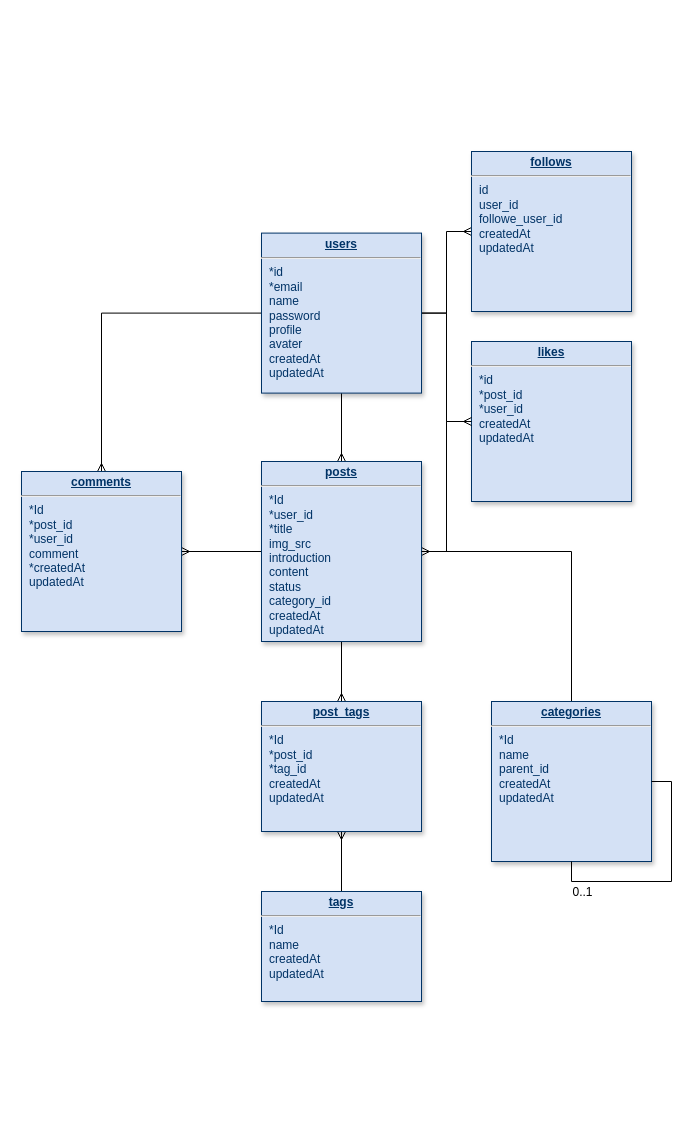
Before: UML/ER図.drawio in huuto/schizoid-note, a draw.io diagram. Source tidied: cells renumbered, new cells numbered last; positions are measured from the earlier drawing's top-left corner, leaving out a move shared by most shapes. Both pictures are drawn from the tidied source at 100%, with x=0, y=0 at pixel (21, 151).
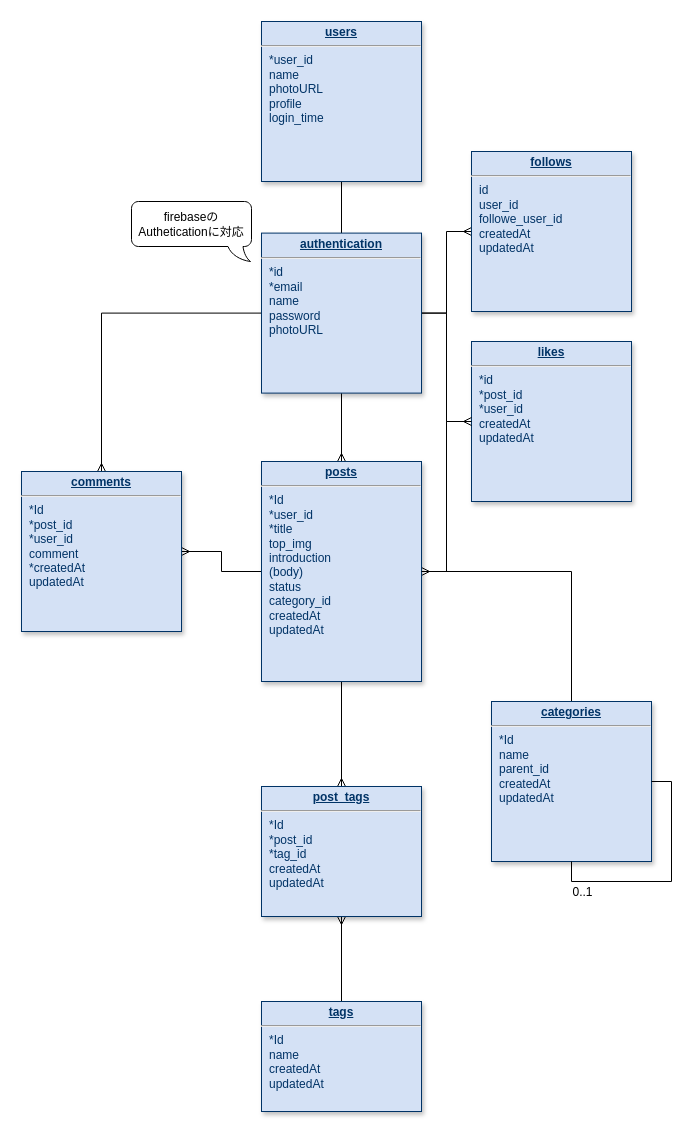
The same page after the edit.

Diff of the diagram source:
```diff
@@
+    <mxCell id="21" style="edgeStyle=orthogonalEdgeStyle;rounded=0;jettySize=auto;html=1;entryX=0.5;entryY=1;entryDx=0;entryDy=0;endArrow=none;endFill=0;" parent="1" edge="1" source="6" target="22">
+      <mxGeometry relative="1" as="geometry" />
+    </mxCell>
-    <mxCell id="6" value="&lt;p style=&quot;margin: 0px ; margin-top: 4px ; text-align: center ; text-decoration: underline&quot;&gt;&lt;strong&gt;users&lt;br&gt;&lt;/strong&gt;&lt;/p&gt;&lt;hr&gt;&lt;p style=&quot;margin: 0px ; margin-left: 8px&quot;&gt;*id&lt;br&gt;&lt;/p&gt;&lt;p style=&quot;margin: 0px ; margin-left: 8px&quot;&gt;*email&lt;br&gt;&lt;/p&gt;&lt;p style=&quot;margin: 0px ; margin-left: 8px&quot;&gt;name&lt;br&gt;&lt;/p&gt;&lt;p style=&quot;margin: 0px ; margin-left: 8px&quot;&gt;password&lt;/p&gt;&lt;p style=&quot;margin: 0px ; margin-left: 8px&quot;&gt;profile&lt;br&gt;&lt;/p&gt;&lt;p style=&quot;margin: 0px ; margin-left: 8px&quot;&gt;avater&lt;/p&gt;&lt;p style=&quot;margin: 0px ; margin-left: 8px&quot;&gt;createdAt&lt;/p&gt;&lt;p style=&quot;margin: 0px ; margin-left: 8px&quot;&gt;updatedAt&lt;/p&gt;" style="verticalAlign=top;align=left;overflow=fill;fontSize=12;fontFamily=Helvetica;html=1;strokeColor=#003366;shadow=1;fillColor=#D4E1F5;fontColor=#003366;" parent="1" vertex="1">
+    <mxCell id="6" value="&lt;p style=&quot;margin: 0px ; margin-top: 4px ; text-align: center ; text-decoration: underline&quot;&gt;&lt;strong&gt;authentication&lt;/strong&gt;&lt;/p&gt;&lt;hr&gt;&lt;p style=&quot;margin: 0px ; margin-left: 8px&quot;&gt;*id&lt;br&gt;&lt;/p&gt;&lt;p style=&quot;margin: 0px ; margin-left: 8px&quot;&gt;*email&lt;br&gt;&lt;/p&gt;&lt;p style=&quot;margin: 0px ; margin-left: 8px&quot;&gt;name&lt;br&gt;&lt;/p&gt;&lt;p style=&quot;margin: 0px ; margin-left: 8px&quot;&gt;password&lt;/p&gt;&lt;p style=&quot;margin: 0px ; margin-left: 8px&quot;&gt;photoURL&lt;/p&gt;" style="verticalAlign=top;align=left;overflow=fill;fontSize=12;fontFamily=Helvetica;html=1;strokeColor=#003366;shadow=1;fillColor=#D4E1F5;fontColor=#003366;" parent="1" vertex="1">
       <mxGeometry x="240" y="81.6" width="160" height="160" as="geometry" />
     </mxCell>
@@
-    <mxCell id="10" value="&lt;p style=&quot;margin: 0px ; margin-top: 4px ; text-align: center ; text-decoration: underline&quot;&gt;&lt;strong&gt;posts&lt;br&gt;&lt;/strong&gt;&lt;/p&gt;&lt;hr&gt;&lt;p style=&quot;margin: 0px ; margin-left: 8px&quot;&gt;*Id&lt;br&gt;&lt;/p&gt;&lt;p style=&quot;margin: 0px ; margin-left: 8px&quot;&gt;*user_id&lt;br&gt;&lt;/p&gt;&lt;p style=&quot;margin: 0px ; margin-left: 8px&quot;&gt;*title&lt;br&gt;&lt;/p&gt;&lt;p style=&quot;margin: 0px ; margin-left: 8px&quot;&gt;img_src&lt;/p&gt;&lt;p style=&quot;margin: 0px ; margin-left: 8px&quot;&gt;introduction&lt;/p&gt;&lt;p style=&quot;margin: 0px ; margin-left: 8px&quot;&gt;content&lt;br&gt;&lt;/p&gt;&lt;p style=&quot;margin: 0px ; margin-left: 8px&quot;&gt;status&lt;/p&gt;&lt;p style=&quot;margin: 0px ; margin-left: 8px&quot;&gt;category_id&lt;/p&gt;&lt;p style=&quot;margin: 0px ; margin-left: 8px&quot;&gt;createdAt&lt;/p&gt;&lt;p style=&quot;margin: 0px ; margin-left: 8px&quot;&gt;updatedAt&lt;/p&gt;" style="verticalAlign=top;align=left;overflow=fill;fontSize=12;fontFamily=Helvetica;html=1;strokeColor=#003366;shadow=1;fillColor=#D4E1F5;fontColor=#003366;" parent="1" vertex="1">
-      <mxGeometry x="240" y="310" width="160" height="180" as="geometry" />
+    <mxCell id="10" value="&lt;p style=&quot;margin: 0px ; margin-top: 4px ; text-align: center ; text-decoration: underline&quot;&gt;&lt;strong&gt;posts&lt;br&gt;&lt;/strong&gt;&lt;/p&gt;&lt;hr&gt;&lt;p style=&quot;margin: 0px ; margin-left: 8px&quot;&gt;*Id&lt;br&gt;&lt;/p&gt;&lt;p style=&quot;margin: 0px ; margin-left: 8px&quot;&gt;*user_id&lt;/p&gt;&lt;p style=&quot;margin: 0px ; margin-left: 8px&quot;&gt;*title&lt;br&gt;&lt;/p&gt;&lt;p style=&quot;margin: 0px ; margin-left: 8px&quot;&gt;top_img&lt;/p&gt;&lt;p style=&quot;margin: 0px ; margin-left: 8px&quot;&gt;introduction&lt;/p&gt;&lt;p style=&quot;margin: 0px ; margin-left: 8px&quot;&gt;(body)&lt;/p&gt;&lt;p style=&quot;margin: 0px ; margin-left: 8px&quot;&gt;status&lt;/p&gt;&lt;p style=&quot;margin: 0px ; margin-left: 8px&quot;&gt;category_id&lt;/p&gt;&lt;p style=&quot;margin: 0px ; margin-left: 8px&quot;&gt;createdAt&lt;/p&gt;&lt;p style=&quot;margin: 0px ; margin-left: 8px&quot;&gt;updatedAt&lt;/p&gt;" style="verticalAlign=top;align=left;overflow=fill;fontSize=12;fontFamily=Helvetica;html=1;strokeColor=#003366;shadow=1;fillColor=#D4E1F5;fontColor=#003366;" parent="1" vertex="1">
+      <mxGeometry x="240" y="310" width="160" height="220" as="geometry" />
     </mxCell>
@@
     <mxCell id="14" value="&lt;p style=&quot;margin: 0px ; margin-top: 4px ; text-align: center ; text-decoration: underline&quot;&gt;&lt;strong&gt;tags&lt;br&gt;&lt;/strong&gt;&lt;/p&gt;&lt;hr&gt;&lt;p style=&quot;margin: 0px ; margin-left: 8px&quot;&gt;*Id&lt;br&gt;&lt;/p&gt;&lt;p style=&quot;margin: 0px ; margin-left: 8px&quot;&gt;name&lt;br&gt;&lt;/p&gt;&lt;p style=&quot;margin: 0px ; margin-left: 8px&quot;&gt;createdAt&lt;/p&gt;&lt;p style=&quot;margin: 0px ; margin-left: 8px&quot;&gt;updatedAt&lt;/p&gt;" style="verticalAlign=top;align=left;overflow=fill;fontSize=12;fontFamily=Helvetica;html=1;strokeColor=#003366;shadow=1;fillColor=#D4E1F5;fontColor=#003366;" parent="1" vertex="1">
-      <mxGeometry x="240" y="740" width="160" height="110" as="geometry" />
+      <mxGeometry x="240" y="850" width="160" height="110" as="geometry" />
     </mxCell>
     <mxCell id="15" value="&lt;p style=&quot;margin: 0px ; margin-top: 4px ; text-align: center ; text-decoration: underline&quot;&gt;&lt;strong&gt;post_tags&lt;br&gt;&lt;/strong&gt;&lt;/p&gt;&lt;hr&gt;&lt;p style=&quot;margin: 0px ; margin-left: 8px&quot;&gt;*Id&lt;/p&gt;&lt;p style=&quot;margin: 0px ; margin-left: 8px&quot;&gt;*post_id&lt;/p&gt;&lt;p style=&quot;margin: 0px ; margin-left: 8px&quot;&gt;*tag_id&lt;br&gt;&lt;/p&gt;&lt;p style=&quot;margin: 0px ; margin-left: 8px&quot;&gt;createdAt&lt;/p&gt;&lt;p style=&quot;margin: 0px ; margin-left: 8px&quot;&gt;updatedAt&lt;/p&gt;" style="verticalAlign=top;align=left;overflow=fill;fontSize=12;fontFamily=Helvetica;html=1;strokeColor=#003366;shadow=1;fillColor=#D4E1F5;fontColor=#003366;" parent="1" vertex="1">
-      <mxGeometry x="240" y="550" width="160" height="130" as="geometry" />
+      <mxGeometry x="240" y="635" width="160" height="130" as="geometry" />
     </mxCell>
@@
+    <mxCell id="22" value="&lt;p style=&quot;margin: 0px ; margin-top: 4px ; text-align: center ; text-decoration: underline&quot;&gt;&lt;strong&gt;users&lt;br&gt;&lt;/strong&gt;&lt;/p&gt;&lt;hr&gt;&lt;p style=&quot;margin: 0px ; margin-left: 8px&quot;&gt;*user_id&lt;/p&gt;&lt;p style=&quot;margin: 0px ; margin-left: 8px&quot;&gt;name&lt;/p&gt;&lt;p style=&quot;margin: 0px ; margin-left: 8px&quot;&gt;photoURL&lt;/p&gt;&lt;p style=&quot;margin: 0px ; margin-left: 8px&quot;&gt;profile&lt;br&gt;&lt;/p&gt;&lt;p style=&quot;margin: 0px ; margin-left: 8px&quot;&gt;login_time&lt;/p&gt;" style="verticalAlign=top;align=left;overflow=fill;fontSize=12;fontFamily=Helvetica;html=1;strokeColor=#003366;shadow=1;fillColor=#D4E1F5;fontColor=#003366;" parent="1" vertex="1">
+      <mxGeometry x="240" y="-130" width="160" height="160" as="geometry" />
+    </mxCell>
+    <mxCell id="23" value="firebaseのAutheticationに対応" style="whiteSpace=wrap;html=1;shape=mxgraph.basic.roundRectCallout;dx=16;dy=15;size=7;boundedLbl=1;direction=east;flipH=1;" parent="1" vertex="1">
+      <mxGeometry x="110" y="50" width="120" height="60" as="geometry" />
+    </mxCell>
```
